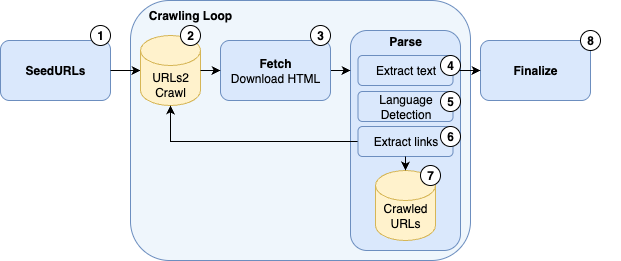
The draw.io diagram images/flowchart.drawio.png in jnehring/crawlzilla, before a commit. Source tidied: cells renumbered, new cells last; positions are measured from the earlier drawing's top-left corner, leaving out a move shared by most shapes.
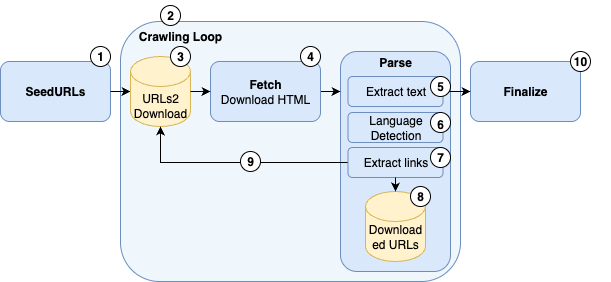
After the commit.

The edit, as a diff of the source:
```diff
@@ -9,7 +9,7 @@
       <mxGeometry x="350" y="30" width="110" height="220" as="geometry" />
     </mxCell>
     <mxCell id="4" value="SeedURLs" style="rounded=1;whiteSpace=wrap;html=1;fillColor=#dae8fc;strokeColor=#6c8ebf;fontStyle=1;" parent="1" vertex="1">
-      <mxGeometry y="40" width="110" height="60" as="geometry" />
+      <mxGeometry x="10" y="40" width="110" height="60" as="geometry" />
     </mxCell>
     <mxCell id="5" style="edgeStyle=orthogonalEdgeStyle;rounded=0;orthogonalLoop=1;jettySize=auto;html=1;exitX=1;exitY=0.5;exitDx=0;exitDy=0;entryX=0;entryY=0.5;entryDx=0;entryDy=0;" parent="1" edge="1">
       <mxGeometry relative="1" as="geometry">
@@ -27,15 +27,15 @@
       <mxGeometry relative="1" as="geometry" />
     </mxCell>
     <mxCell id="9" style="ellipse;whiteSpace=wrap;html=1;" parent="1" vertex="1">
-      <mxGeometry x="90" y="25" width="20" height="20" as="geometry" />
+      <mxGeometry x="100" y="25" width="20" height="20" as="geometry" />
     </mxCell>
     <mxCell id="10" value="1" style="text;html=1;align=center;verticalAlign=middle;whiteSpace=wrap;rounded=0;fontStyle=1;" parent="1" vertex="1">
-      <mxGeometry x="70" y="20" width="60" height="30" as="geometry" />
+      <mxGeometry x="80" y="20" width="60" height="30" as="geometry" />
     </mxCell>
     <mxCell id="11" style="ellipse;whiteSpace=wrap;html=1;" parent="1" vertex="1">
       <mxGeometry x="310" y="25" width="20" height="20" as="geometry" />
     </mxCell>
-    <mxCell id="12" value="3" style="text;html=1;align=center;verticalAlign=middle;whiteSpace=wrap;rounded=0;fontStyle=1;" parent="1" vertex="1">
+    <mxCell id="12" value="4" style="text;html=1;align=center;verticalAlign=middle;whiteSpace=wrap;rounded=0;fontStyle=1;" parent="1" vertex="1">
       <mxGeometry x="290" y="20" width="60" height="30" as="geometry" />
     </mxCell>
     <mxCell id="13" value="Crawling Loop" style="text;html=1;align=center;verticalAlign=middle;whiteSpace=wrap;rounded=0;fontStyle=1;" parent="1" vertex="1">
@@ -44,7 +44,7 @@
     <mxCell id="14" style="shape=cylinder3;whiteSpace=wrap;html=1;boundedLbl=1;backgroundOutline=1;size=15;fillColor=#fff2cc;strokeColor=#d6b656;" parent="1" vertex="1">
       <mxGeometry x="375" y="170" width="60" height="70" as="geometry" />
     </mxCell>
-    <mxCell id="15" value="Crawled&lt;br&gt;URLs" style="text;html=1;align=center;verticalAlign=middle;whiteSpace=wrap;rounded=0;" parent="1" vertex="1">
+    <mxCell id="15" value="Download&lt;br&gt;ed URLs" style="text;html=1;align=center;verticalAlign=middle;whiteSpace=wrap;rounded=0;" parent="1" vertex="1">
       <mxGeometry x="375" y="198" width="60" height="33" as="geometry" />
     </mxCell>
     <mxCell id="16" style="shape=cylinder3;whiteSpace=wrap;html=1;boundedLbl=1;backgroundOutline=1;size=15;fillColor=#fff2cc;strokeColor=#d6b656;" parent="1" vertex="1">
@@ -53,13 +53,13 @@
     <mxCell id="17" style="edgeStyle=orthogonalEdgeStyle;rounded=0;jettySize=auto;html=1;exitX=1;exitY=0;exitDx=0;exitDy=0;entryX=0;entryY=0.5;entryDx=0;entryDy=0;" parent="1" edge="1" source="18" target="6">
       <mxGeometry relative="1" as="geometry" />
     </mxCell>
-    <mxCell id="18" value="URLs2&lt;br&gt;Crawl" style="text;html=1;align=center;verticalAlign=middle;whiteSpace=wrap;rounded=0;" parent="1" vertex="1">
+    <mxCell id="18" value="URLs2&lt;br&gt;Download" style="text;html=1;align=center;verticalAlign=middle;whiteSpace=wrap;rounded=0;" parent="1" vertex="1">
       <mxGeometry x="140" y="70" width="60" height="28" as="geometry" />
     </mxCell>
     <mxCell id="19" style="ellipse;whiteSpace=wrap;html=1;" parent="1" vertex="1">
       <mxGeometry x="180" y="25" width="20" height="20" as="geometry" />
     </mxCell>
-    <mxCell id="20" value="2" style="text;html=1;align=center;verticalAlign=middle;whiteSpace=wrap;rounded=0;fontStyle=1;" parent="1" vertex="1">
+    <mxCell id="20" value="3" style="text;html=1;align=center;verticalAlign=middle;whiteSpace=wrap;rounded=0;fontStyle=1;" parent="1" vertex="1">
       <mxGeometry x="160" y="20" width="60" height="30" as="geometry" />
     </mxCell>
     <mxCell id="21" style="edgeStyle=orthogonalEdgeStyle;rounded=0;jettySize=auto;html=1;exitX=0;exitY=0.5;exitDx=0;exitDy=0;entryX=0.5;entryY=1;entryDx=0;entryDy=0;entryPerimeter=0;" parent="1" edge="1" source="22" target="16">
@@ -86,32 +86,44 @@
     <mxCell id="28" style="ellipse;whiteSpace=wrap;html=1;" parent="1" vertex="1">
       <mxGeometry x="440" y="55" width="20" height="20" as="geometry" />
     </mxCell>
-    <mxCell id="29" value="4" style="text;html=1;align=center;verticalAlign=middle;whiteSpace=wrap;rounded=0;fontStyle=1;" parent="1" vertex="1">
+    <mxCell id="29" value="5" style="text;html=1;align=center;verticalAlign=middle;whiteSpace=wrap;rounded=0;fontStyle=1;" parent="1" vertex="1">
       <mxGeometry x="420" y="50" width="60" height="30" as="geometry" />
     </mxCell>
     <mxCell id="30" style="ellipse;whiteSpace=wrap;html=1;" parent="1" vertex="1">
       <mxGeometry x="440" y="91" width="20" height="20" as="geometry" />
     </mxCell>
-    <mxCell id="31" value="5" style="text;html=1;align=center;verticalAlign=middle;whiteSpace=wrap;rounded=0;fontStyle=1;" parent="1" vertex="1">
-      <mxGeometry x="420" y="86" width="60" height="30" as="geometry" />
+    <mxCell id="31" value="6" style="text;html=1;align=center;verticalAlign=middle;whiteSpace=wrap;rounded=0;fontStyle=1;" parent="1" vertex="1">
+      <mxGeometry x="420" y="86" width="60" height="34" as="geometry" />
     </mxCell>
     <mxCell id="32" style="ellipse;whiteSpace=wrap;html=1;" parent="1" vertex="1">
       <mxGeometry x="440" y="126" width="20" height="20" as="geometry" />
     </mxCell>
-    <mxCell id="33" value="6" style="text;html=1;align=center;verticalAlign=middle;whiteSpace=wrap;rounded=0;fontStyle=1;" parent="1" vertex="1">
+    <mxCell id="33" value="7" style="text;html=1;align=center;verticalAlign=middle;whiteSpace=wrap;rounded=0;fontStyle=1;" parent="1" vertex="1">
       <mxGeometry x="420" y="121" width="60" height="30" as="geometry" />
     </mxCell>
     <mxCell id="34" style="ellipse;whiteSpace=wrap;html=1;" parent="1" vertex="1">
       <mxGeometry x="420" y="165" width="20" height="20" as="geometry" />
     </mxCell>
-    <mxCell id="35" value="7" style="text;html=1;align=center;verticalAlign=middle;whiteSpace=wrap;rounded=0;fontStyle=1;" parent="1" vertex="1">
+    <mxCell id="35" value="8" style="text;html=1;align=center;verticalAlign=middle;whiteSpace=wrap;rounded=0;fontStyle=1;" parent="1" vertex="1">
       <mxGeometry x="400" y="160" width="60" height="30" as="geometry" />
     </mxCell>
     <mxCell id="36" style="ellipse;whiteSpace=wrap;html=1;" parent="1" vertex="1">
       <mxGeometry x="580" y="30" width="20" height="20" as="geometry" />
     </mxCell>
-    <mxCell id="37" value="8" style="text;html=1;align=center;verticalAlign=middle;whiteSpace=wrap;rounded=0;fontStyle=1;" parent="1" vertex="1">
+    <mxCell id="37" value="10" style="text;html=1;align=center;verticalAlign=middle;whiteSpace=wrap;rounded=0;fontStyle=1;" parent="1" vertex="1">
       <mxGeometry x="560" y="25" width="60" height="30" as="geometry" />
     </mxCell>
+    <mxCell id="38" style="ellipse;whiteSpace=wrap;html=1;" parent="1" vertex="1">
+      <mxGeometry x="170" y="-16" width="20" height="20" as="geometry" />
+    </mxCell>
+    <mxCell id="39" value="2" style="text;html=1;align=center;verticalAlign=middle;whiteSpace=wrap;rounded=0;fontStyle=1;" parent="1" vertex="1">
+      <mxGeometry x="150" y="-21" width="60" height="30" as="geometry" />
+    </mxCell>
+    <mxCell id="40" style="ellipse;whiteSpace=wrap;html=1;" parent="1" vertex="1">
+      <mxGeometry x="250" y="130" width="20" height="20" as="geometry" />
+    </mxCell>
+    <mxCell id="41" value="9" style="text;html=1;align=center;verticalAlign=middle;whiteSpace=wrap;rounded=0;fontStyle=1;" parent="1" vertex="1">
+      <mxGeometry x="230" y="125" width="60" height="30" as="geometry" />
+    </mxCell>
   </root>
 </mxGraphModel>
```
